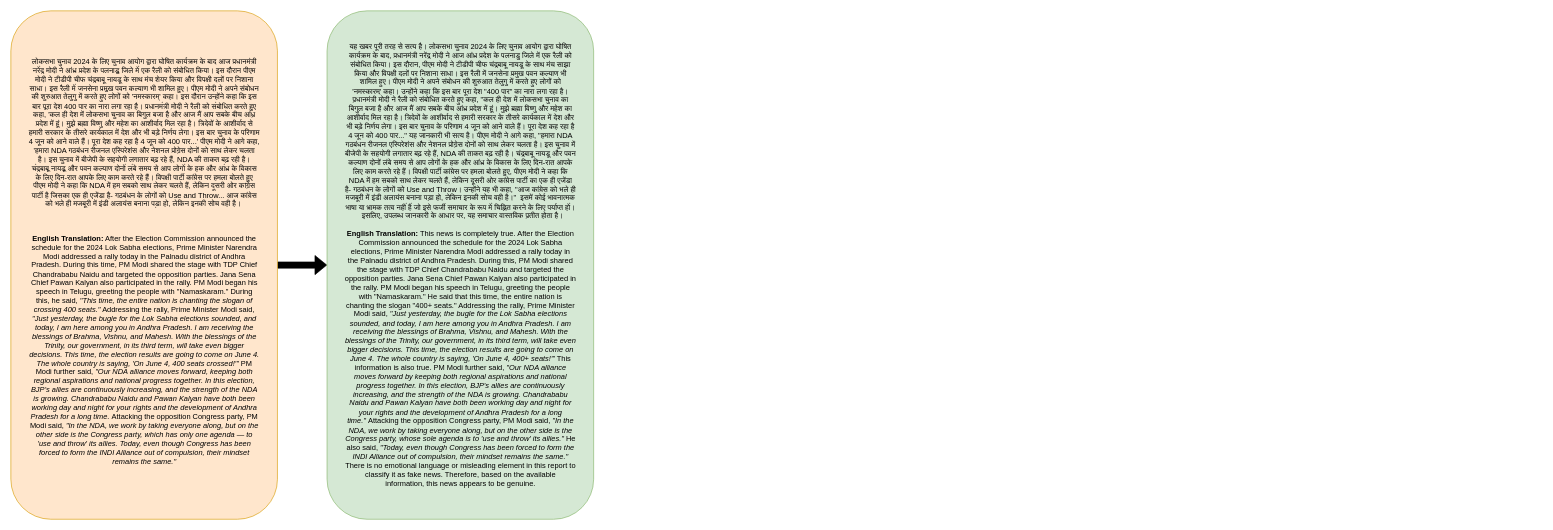
The draw.io diagram page "Page-5" (5 of 8) of HINDI-DPO.drawio in pulkit48/VQA, before the edit. Source tidied: cells renumbered, new cells numbered last; positions are measured from the earlier drawing's top-left corner, leaving out a move shared by most shapes. Both pictures are drawn from the tidied source at 62%, with x=0, y=0 at pixel (11, 11).
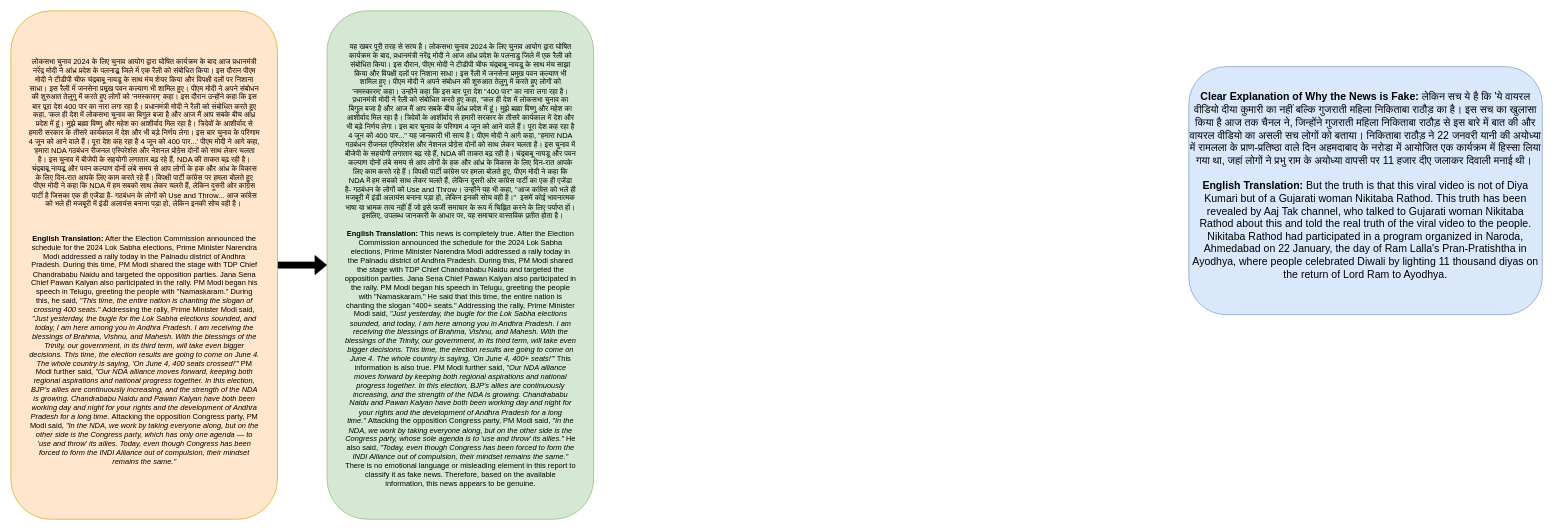
After the change.

What changed in the source:
```diff
@@
 <mxGraphModel>
   <root>
     <mxCell id="0" />
     <mxCell id="1" parent="0" />
     <mxCell id="2" style="edgeStyle=orthogonalEdgeStyle;rounded=0;jettySize=auto;html=1;exitX=1;exitY=0.5;exitDx=0;exitDy=0;entryX=0;entryY=0.5;entryDx=0;entryDy=0;shape=flexArrow;strokeColor=#000000;fillColor=#000000;" parent="1" edge="1" source="3" target="5">
       <mxGeometry relative="1" as="geometry" />
     </mxCell>
     <mxCell id="3" style="rounded=1;whiteSpace=wrap;html=1;fillColor=#ffe6cc;strokeColor=#d79b00;" parent="1" vertex="1">
       <mxGeometry width="430" height="820" as="geometry" />
     </mxCell>
     <mxCell id="4" value="लोकसभा चुनाव 2024 के लिए चुनाव आयोग द्वारा घोषित कार्यक्रम के बाद आज प्रधानमंत्री नरेंद्र मोदी ने आंध्र प्रदेश के पलनाडु जिले में एक रैली को संबोधित किया। इस दौरान पीएम मोदी ने टीडीपी चीफ चंद्रबाबू नायडू के साथ मंच शेयर किया और विपक्षी दलों पर निशाना साधा। इस रैली में जनसेना प्रमुख पवन कल्याण भी शामिल हुए। पीएम मोदी ने अपने संबोधन की शुरुआत तेलुगु में करते हुए लोगों को 'नमस्कारम्' कहा। इस दौरान उन्होंने कहा कि इस बार पूरा देश 400 पार का नारा लगा रहा है। प्रधानमंत्री मोदी ने रैली को संबोधित करते हुए कहा, 'कल ही देश में लोकसभा चुनाव का बिगुल बजा है और आज मैं आप सबके बीच आंध्र प्रदेश में हूं। मुझे ब्रह्मा विष्णु और महेश का आशीर्वाद मिल रहा है। त्रिदेवों के आशीर्वाद से हमारी सरकार के तीसरे कार्यकाल में देश और भी बड़े निर्णय लेगा। इस बार चुनाव के परिणाम 4 जून को आने वाले हैं। पूरा देश कह रहा है 4 जून को 400 पार...' पीएम मोदी ने आगे कहा, 'हमारा NDA गठबंधन रीजनल एस्पिरेशंस और नेशनल प्रोग्रेस दोनों को साथ लेकर चलता है। इस चुनाव में बीजेपी के सहयोगी लगातार बढ़ रहे हैं, NDA की ताकत बढ़ रही है। चंद्रबाबू नायडू और पवन कल्याण दोनों लंबे समय से आप लोगों के हक और आंध्र के विकास के लिए दिन-रात आपके लिए काम करते रहे हैं। विपक्षी पार्टी कांग्रेस पर हमला बोलते हुए पीएम मोदी ने कहा कि NDA में हम सबको साथ लेकर चलते हैं, लेकिन दूसरी ओर कांग्रेस पार्टी है जिसका एक ही एजेंडा है- गठबंधन के लोगों को Use and Throw... आज कांग्रेस को भले ही मजबूरी में इंडी अलायंस बनाना पड़ा हो, लेकिन इनकी सोच वही है।&amp;nbsp;&lt;div&gt;&lt;br&gt;&lt;/div&gt;&lt;div&gt;&lt;br&gt;&lt;/div&gt;&lt;div&gt;&lt;p&gt;&lt;b&gt;English Translation:&lt;/b&gt; After the Election Commission announced the schedule for the 2024 Lok Sabha elections, Prime Minister Narendra Modi addressed a rally today in the Palnadu district of Andhra Pradesh. During this time, PM Modi shared the stage with TDP Chief Chandrababu Naidu and targeted the opposition parties. Jana Sena Chief Pawan Kalyan also participated in the rally.&amp;nbsp;&lt;span style=&quot;background-color: initial;&quot;&gt;PM Modi began his speech in Telugu, greeting the people with &quot;Namaskaram.&quot; During this, he said, &lt;/span&gt;&lt;em style=&quot;background-color: initial;&quot;&gt;&quot;This time, the entire nation is chanting the slogan of crossing 400 seats.&quot;&lt;/em&gt;&lt;span style=&quot;background-color: initial;&quot;&gt; Addressing the rally, Prime Minister Modi said, &lt;/span&gt;&lt;em style=&quot;background-color: initial;&quot;&gt;&quot;Just yesterday, the bugle for the Lok Sabha elections sounded, and today, I am here among you in Andhra Pradesh. I am receiving the blessings of Brahma, Vishnu, and Mahesh. With the blessings of the Trinity, our government, in its third term, will take even bigger decisions. This time, the election results are going to come on June 4. The whole country is saying, 'On June 4, 400 seats crossed!'”&amp;nbsp;&lt;/em&gt;&lt;span style=&quot;background-color: initial;&quot;&gt;PM Modi further said, &lt;/span&gt;&lt;em style=&quot;background-color: initial;&quot;&gt;&quot;Our NDA alliance moves forward, keeping both regional aspirations and national progress together. In this election, BJP’s allies are continuously increasing, and the strength of the NDA is growing. Chandrababu Naidu and Pawan Kalyan have both been working day and night for your rights and the development of Andhra Pradesh for a long time.&amp;nbsp;&lt;/em&gt;&lt;span style=&quot;background-color: initial;&quot;&gt;Attacking the opposition Congress party, PM Modi said, &lt;/span&gt;&lt;em style=&quot;background-color: initial;&quot;&gt;&quot;In the NDA, we work by taking everyone along, but on the other side is the Congress party, which has only one agenda — to 'use and throw' its allies. Today, even though Congress has been forced to form the INDI Alliance out of compulsion, their mindset remains the same.&quot;&lt;/em&gt;&lt;/p&gt;&lt;/div&gt;" style="text;html=1;align=center;verticalAlign=middle;whiteSpace=wrap;rounded=0;" parent="1" vertex="1">
       <mxGeometry x="27.5" y="395" width="375" height="30" as="geometry" />
     </mxCell>
     <mxCell id="5" style="rounded=1;whiteSpace=wrap;html=1;fillColor=#d5e8d4;strokeColor=#82b366;" parent="1" vertex="1">
       <mxGeometry x="510" width="430" height="820" as="geometry" />
     </mxCell>
     <mxCell id="6" value="&lt;div&gt;यह खबर पूरी तरह से सत्य है। लोकसभा चुनाव 2024 के लिए चुनाव आयोग द्वारा घोषित कार्यक्रम के बाद, प्रधानमंत्री नरेंद्र मोदी ने आज आंध्र प्रदेश के पलनाडु जिले में एक रैली को संबोधित किया। इस दौरान, पीएम मोदी ने टीडीपी चीफ चंद्रबाबू नायडू के साथ मंच साझा किया और विपक्षी दलों पर निशाना साधा। इस रैली में जनसेना प्रमुख पवन कल्याण भी शामिल हुए। पीएम मोदी ने अपने संबोधन की शुरुआत तेलुगु में करते हुए लोगों को 'नमस्कारम्' कहा। उन्होंने कहा कि इस बार पूरा देश &quot;400 पार&quot; का नारा लगा रहा है। प्रधानमंत्री मोदी ने रैली को संबोधित करते हुए कहा, &quot;कल ही देश में लोकसभा चुनाव का बिगुल बजा है और आज मैं आप सबके बीच आंध्र प्रदेश में हूं। मुझे ब्रह्मा विष्णु और महेश का आशीर्वाद मिल रहा है। त्रिदेवों के आशीर्वाद से हमारी सरकार के तीसरे कार्यकाल में देश और भी बड़े निर्णय लेगा। इस बार चुनाव के परिणाम 4 जून को आने वाले हैं। पूरा देश कह रहा है 4 जून को 400 पार...&quot; यह जानकारी भी सत्य है।&amp;nbsp;&lt;span style=&quot;background-color: initial;&quot;&gt;पीएम मोदी ने आगे कहा, &quot;हमारा NDA गठबंधन रीजनल एस्पिरेशंस और नेशनल प्रोग्रेस दोनों को साथ लेकर चलता है। इस चुनाव में बीजेपी के सहयोगी लगातार बढ़ रहे हैं, NDA की ताकत बढ़ रही है। चंद्रबाबू नायडू और पवन कल्याण दोनों लंबे समय से आप लोगों के हक और आंध्र के विकास के लिए दिन-रात आपके लिए काम करते रहे हैं। &lt;/span&gt;&lt;span style=&quot;background-color: initial;&quot;&gt;विपक्षी पार्टी कांग्रेस पर हमला बोलते हुए, पीएम मोदी ने कहा कि NDA में हम सबको साथ लेकर चलते हैं, लेकिन दूसरी ओर कांग्रेस पार्टी का एक ही एजेंडा है- गठबंधन के लोगों को Use and Throw। उन्होंने यह भी कहा, &quot;आज कांग्रेस को भले ही मजबूरी में इंडी अलायंस बनाना पड़ा हो, लेकिन इनकी सोच वही है।&quot;&amp;nbsp;&amp;nbsp;&lt;/span&gt;&lt;span style=&quot;background-color: initial;&quot;&gt;इसमें कोई भावनात्मक भाषा या भ्रामक तत्व नहीं हैं जो इसे फर्जी समाचार के रूप में चिह्नित करने के लिए पर्याप्त हों।&amp;nbsp; इसलिए, उपलब्ध जानकारी के आधार पर, यह समाचार वास्तविक प्रतीत होता है।&lt;/span&gt;&lt;/div&gt;&lt;div&gt;&lt;span style=&quot;background-color: initial;&quot;&gt;&lt;br&gt;&lt;/span&gt;&lt;/div&gt;&lt;div&gt;&lt;span style=&quot;background-color: initial;&quot;&gt;&lt;b&gt;English Translation:&amp;nbsp;&lt;/b&gt;&lt;/span&gt;&lt;span style=&quot;background-color: initial;&quot;&gt;This news is completely true. After the Election Commission announced the schedule for the 2024 Lok Sabha elections, Prime Minister Narendra Modi addressed a rally today in the Palnadu district of Andhra Pradesh. During this, PM Modi shared the stage with TDP Chief Chandrababu Naidu and targeted the opposition parties. Jana Sena Chief Pawan Kalyan also participated in the rally.&amp;nbsp;&lt;/span&gt;&lt;span style=&quot;background-color: initial;&quot;&gt;PM Modi began his speech in Telugu, greeting the people with &quot;Namaskaram.&quot; He said that this time, the entire nation is chanting the slogan &quot;400+ seats.&quot; Addressing the rally, Prime Minister Modi said, &lt;/span&gt;&lt;em style=&quot;background-color: initial;&quot;&gt;&quot;Just yesterday, the bugle for the Lok Sabha elections sounded, and today, I am here among you in Andhra Pradesh. I am receiving the blessings of Brahma, Vishnu, and Mahesh. With the blessings of the Trinity, our government, in its third term, will take even bigger decisions. This time, the election results are going to come on June 4. The whole country is saying, 'On June 4, 400+ seats!'”&lt;/em&gt;&lt;span style=&quot;background-color: initial;&quot;&gt; This information is also true.&amp;nbsp;&lt;/span&gt;&lt;span style=&quot;background-color: initial;&quot;&gt;PM Modi further said, &lt;/span&gt;&lt;em style=&quot;background-color: initial;&quot;&gt;&quot;Our NDA alliance moves forward by keeping both regional aspirations and national progress together. In this election, BJP’s allies are continuously increasing, and the strength of the NDA is growing. Chandrababu Naidu and Pawan Kalyan have both been working day and night for your rights and the development of Andhra Pradesh for a long time.&quot;&amp;nbsp;&lt;/em&gt;&lt;span style=&quot;background-color: initial;&quot;&gt;Attacking the opposition Congress party, PM Modi said, &lt;/span&gt;&lt;em style=&quot;background-color: initial;&quot;&gt;&quot;In the NDA, we work by taking everyone along, but on the other side is the Congress party, whose sole agenda is to 'use and throw' its allies.&quot;&lt;/em&gt;&lt;span style=&quot;background-color: initial;&quot;&gt; He also said, &lt;/span&gt;&lt;em style=&quot;background-color: initial;&quot;&gt;&quot;Today, even though Congress has been forced to form the INDI Alliance out of compulsion, their mindset remains the same.&quot; &lt;/em&gt;&lt;span style=&quot;background-color: initial;&quot;&gt;There is no emotional language or misleading element in this report to classify it as fake news. Therefore, based on the available information, this news appears to be genuine.&lt;/span&gt;&lt;/div&gt;" style="text;html=1;align=center;verticalAlign=middle;whiteSpace=wrap;rounded=1.1;" parent="1" vertex="1">
       <mxGeometry x="537.5" y="395" width="375" height="30" as="geometry" />
     </mxCell>
+    <mxCell id="7" value="&lt;div&gt;&lt;span style=&quot;background-color: initial; font-size: 17px;&quot;&gt;&lt;b&gt;Clear Explanation of Why the News is Fake:&amp;nbsp;&lt;/b&gt;&lt;/span&gt;&lt;span style=&quot;font-size: 17px; background-color: initial;&quot;&gt;लेकिन सच ये है कि 'ये वायरल वीडियो दीया कुमारी का नहीं बल्कि गुजराती महिला निकिताबा राठौड़ का है। इस सच का खुलासा किया है आज तक चैनल ने, जिन्होंने गुजराती महिला निकिताबा राठौड़ से इस बारे में बात की और वायरल वीडियो का असली सच लोगों को बताया। निकिताबा राठौड़ ने 22 जनवरी यानी की अयोध्या में रामलला के प्राण-प्रतिष्ठा वाले दिन अहमदाबाद के नरोडा में आयोजित एक कार्यक्रम में हिस्सा लिया गया था, जहां लोगों ने प्रभु राम के अयोध्या वापसी पर 11 हजार दीए जलाकर दिवाली मनाई थी।&amp;nbsp;&lt;/span&gt;&lt;/div&gt;&lt;div&gt;&lt;span style=&quot;font-size: 17px; background-color: initial;&quot;&gt;&lt;br&gt;&lt;/span&gt;&lt;/div&gt;&lt;div&gt;&lt;span style=&quot;font-size: 17px; background-color: initial;&quot;&gt;&lt;b&gt;English Translation:&amp;nbsp;&lt;/b&gt;&lt;/span&gt;&lt;span style=&quot;background-color: initial; font-size: 17px;&quot;&gt;But the truth is that this viral video is not of Diya Kumari but of a Gujarati woman Nikitaba Rathod. This truth has been revealed by Aaj Tak channel, who talked to Gujarati woman Nikitaba Rathod about this and told the real truth of the viral video to the people. Nikitaba Rathod had participated in a program organized in Naroda, Ahmedabad on 22 January, the day of Ram Lalla's Pran-Pratishtha in Ayodhya, where people celebrated Diwali by lighting 11 thousand diyas on the return of Lord Ram to Ayodhya.&lt;/span&gt;&lt;/div&gt;&lt;div&gt;&lt;br&gt;&lt;/div&gt;" style="rounded=1;whiteSpace=wrap;html=1;fillColor=#dae8fc;strokeColor=#6c8ebf;" parent="1" vertex="1">
+      <mxGeometry x="1900" y="90" width="570" height="400" as="geometry" />
+    </mxCell>
   </root>
 </mxGraphModel>
```
